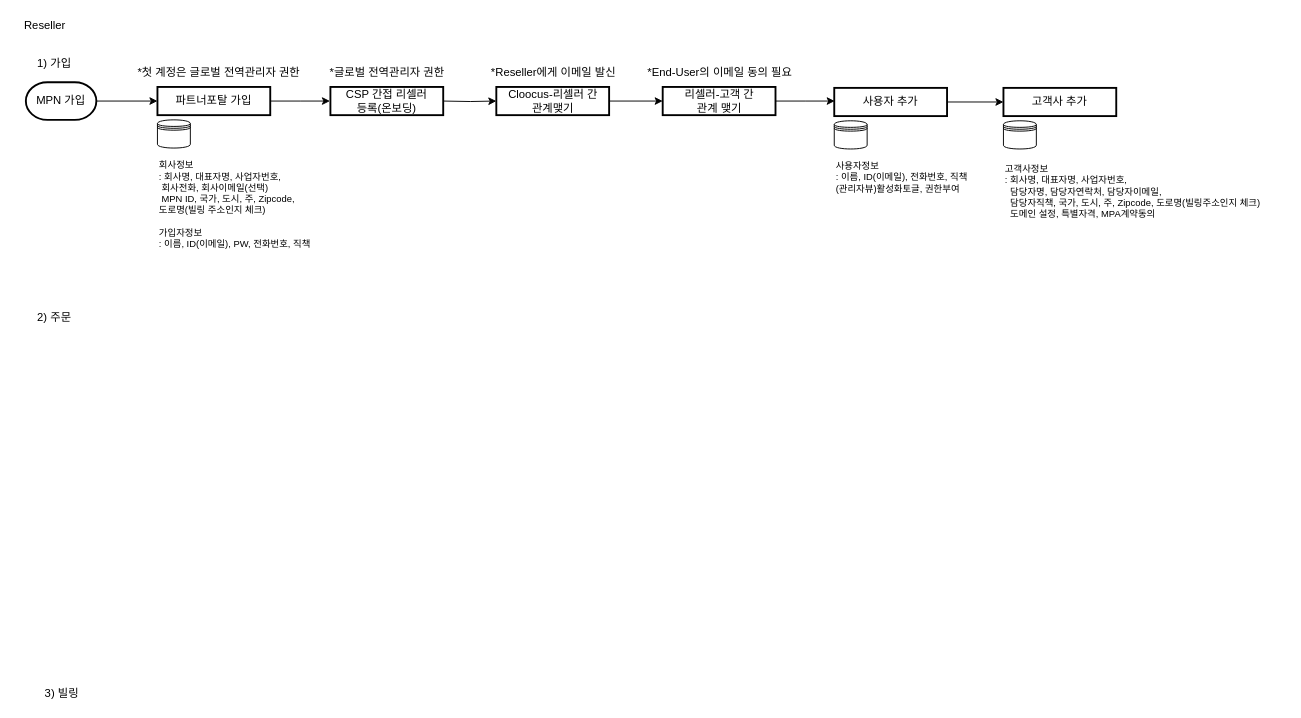
Earlier version of the draw.io diagram 상품 별 Flow.drawio (Lucidhomme/TIL). Source tidied: cells renumbered, new cells numbered last; positions are measured from the earlier drawing's top-left corner, leaving out a move shared by most shapes. Both pictures are drawn from the tidied source at 94%, with x=0, y=0 at pixel (16, 16).
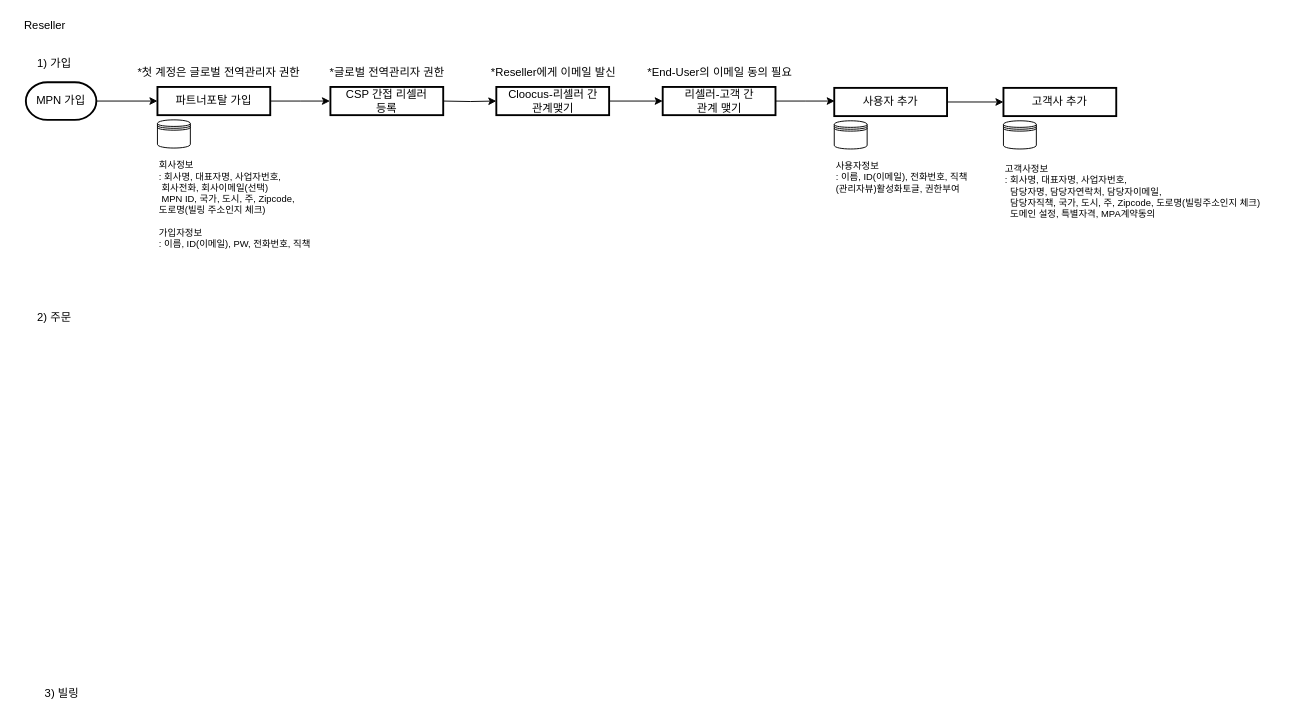
The same page after the edit.

Change to the diagram source:
```diff
@@
-    <mxCell id="16" value="CSP 간접 리셀러&lt;br&gt;등록(온보딩)" style="whiteSpace=wrap;html=1;strokeWidth=2;" parent="1" vertex="1">
+    <mxCell id="16" value="CSP 간접 리셀러&lt;br&gt;등록" style="whiteSpace=wrap;html=1;strokeWidth=2;" parent="1" vertex="1">
       <mxGeometry x="334" y="75" width="120" height="30" as="geometry" />
     </mxCell>
```
